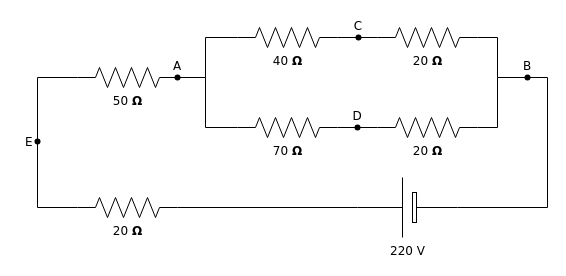
Above: Başlıksız Diyagram.drawio in mmuurraatt/Graduation-Project (draw.io), before the change. Source tidied: cells renumbered, new cells numbered last; positions are measured from the earlier drawing's top-left corner, leaving out a move shared by most shapes. Both pictures are drawn from the tidied source at 100%, with x=0, y=0 at pixel (17, 17).
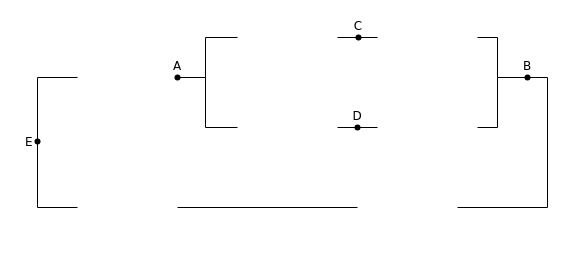
Above is the later version.

The change refers to these unchanged cells:
```xml
<mxCell id="18" value="B" style="shape=waypoint;sketch=0;fillStyle=solid;size=6;points=[];fillColor=none;perimeter=centerPerimeter;snapToPoint=1;verticalAlign=top;spacingBottom=0;spacingTop=-5;fontFamily=Verdana;fontSize=12;" parent="1" vertex="1">
  <mxGeometry x="490" y="40" width="40" height="40" as="geometry" />
</mxCell>
<mxCell id="19" value="C" style="shape=waypoint;sketch=0;fillStyle=solid;size=6;points=[];fillColor=none;perimeter=centerPerimeter;snapToPoint=1;verticalAlign=top;spacingBottom=0;spacingTop=-5;fontFamily=Verdana;fontSize=12;" parent="1" vertex="1">
  <mxGeometry x="321" width="40" height="40" as="geometry" />
</mxCell>
<mxCell id="21" value="A" style="shape=waypoint;sketch=0;fillStyle=solid;size=6;points=[];fillColor=none;perimeter=centerPerimeter;snapToPoint=1;verticalAlign=top;spacingBottom=0;spacingTop=-5;fontFamily=Verdana;fontSize=12;" parent="1" vertex="1">
  <mxGeometry x="140" y="40" width="40" height="40" as="geometry" />
</mxCell>
<mxCell id="22" value="E" style="shape=waypoint;sketch=0;fillStyle=solid;size=6;points=[];fillColor=none;perimeter=centerPerimeter;snapToPoint=1;verticalAlign=middle;spacingBottom=0;spacingTop=0;fontFamily=Verdana;fontSize=12;labelPosition=center;verticalLabelPosition=middle;align=left;spacingRight=0;spacingLeft=6;" parent="1" vertex="1">
  <mxGeometry y="104" width="40" height="40" as="geometry" />
</mxCell>
<mxCell id="24" value="D" style="shape=waypoint;sketch=0;fillStyle=solid;size=6;points=[];fillColor=none;perimeter=centerPerimeter;snapToPoint=1;verticalAlign=top;spacingBottom=0;spacingTop=-5;fontFamily=Verdana;fontSize=12;" parent="1" vertex="1">
  <mxGeometry x="320" y="90" width="40" height="40" as="geometry" />
</mxCell>
```

Diff of the diagram source:
```diff
@@
-    <mxCell id="2" style="edgeStyle=orthogonalEdgeStyle;rounded=0;html=1;exitPerimeter=0;entryX=0;entryY=0.5;entryPerimeter=0;labelBackgroundColor=none;startArrow=none;startFill=0;startSize=5;endArrow=none;endFill=0;endSize=5;jettySize=auto;strokeWidth=1;fontFamily=Verdana;fontSize=12;" parent="1" edge="1" source="19" target="5">
-      <mxGeometry relative="1" as="geometry" />
+    <mxCell id="2" style="edgeStyle=orthogonalEdgeStyle;rounded=0;html=1;exitPerimeter=0;entryX=0;entryY=0.5;entryPerimeter=0;labelBackgroundColor=none;startArrow=none;startFill=0;startSize=5;endArrow=none;endFill=0;endSize=5;jettySize=auto;strokeWidth=1;fontFamily=Verdana;fontSize=12;" parent="1" edge="1" source="19">
+      <mxGeometry relative="1" as="geometry">
+        <mxPoint x="360" y="20" as="targetPoint" />
+      </mxGeometry>
     </mxCell>
-    <mxCell id="3" value="40&amp;nbsp;&lt;b&gt;Ω&lt;/b&gt;" style="verticalLabelPosition=bottom;shadow=0;dashed=0;align=center;html=1;verticalAlign=top;strokeWidth=1;shape=mxgraph.electrical.resistors.resistor_2;rounded=1;comic=0;labelBackgroundColor=none;fontFamily=Verdana;fontSize=12;" parent="1" vertex="1">
-      <mxGeometry x="220" y="10" width="100" height="20" as="geometry" />
-    </mxCell>
-    <mxCell id="4" style="edgeStyle=orthogonalEdgeStyle;rounded=0;html=1;exitX=1;exitY=0.5;exitPerimeter=0;labelBackgroundColor=none;startArrow=none;startFill=0;startSize=5;endArrow=none;endFill=0;endSize=5;jettySize=auto;strokeWidth=1;fontFamily=Verdana;fontSize=12;" parent="1" edge="1" source="5" target="18">
+    <mxCell id="4" style="edgeStyle=orthogonalEdgeStyle;rounded=0;html=1;exitX=1;exitY=0.5;exitPerimeter=0;labelBackgroundColor=none;startArrow=none;startFill=0;startSize=5;endArrow=none;endFill=0;endSize=5;jettySize=auto;strokeWidth=1;fontFamily=Verdana;fontSize=12;" parent="1" edge="1" target="18">
       <mxGeometry relative="1" as="geometry">
+        <mxPoint x="460" y="20" as="sourcePoint" />
         <Array as="points">
           <mxPoint x="480" y="20" />
           <mxPoint x="480" y="60" />
         </Array>
       </mxGeometry>
     </mxCell>
-    <mxCell id="5" value="20&amp;nbsp;&lt;b&gt;Ω&lt;/b&gt;" style="verticalLabelPosition=bottom;shadow=0;dashed=0;align=center;html=1;verticalAlign=top;strokeWidth=1;shape=mxgraph.electrical.resistors.resistor_2;rounded=1;comic=0;labelBackgroundColor=none;fontFamily=Verdana;fontSize=12;" parent="1" vertex="1">
-      <mxGeometry x="360" y="10" width="100" height="20" as="geometry" />
-    </mxCell>
-    <mxCell id="6" style="edgeStyle=orthogonalEdgeStyle;rounded=0;html=1;exitX=1;exitY=0.5;exitPerimeter=0;labelBackgroundColor=none;startArrow=none;startFill=0;startSize=5;endArrow=none;endFill=0;endSize=5;jettySize=auto;strokeWidth=1;fontFamily=Verdana;fontSize=12;" parent="1" edge="1" source="7" target="24">
-      <mxGeometry relative="1" as="geometry" />
+    <mxCell id="6" style="edgeStyle=orthogonalEdgeStyle;rounded=0;html=1;exitX=1;exitY=0.5;exitPerimeter=0;labelBackgroundColor=none;startArrow=none;startFill=0;startSize=5;endArrow=none;endFill=0;endSize=5;jettySize=auto;strokeWidth=1;fontFamily=Verdana;fontSize=12;" parent="1" edge="1" target="24">
+      <mxGeometry relative="1" as="geometry">
+        <mxPoint x="320" y="110" as="sourcePoint" />
+      </mxGeometry>
     </mxCell>
-    <mxCell id="7" value="70&amp;nbsp;&lt;b&gt;Ω&lt;/b&gt;" style="verticalLabelPosition=bottom;shadow=0;dashed=0;align=center;html=1;verticalAlign=top;strokeWidth=1;shape=mxgraph.electrical.resistors.resistor_2;rounded=1;comic=0;labelBackgroundColor=none;fontFamily=Verdana;fontSize=12;" parent="1" vertex="1">
-      <mxGeometry x="220" y="100" width="100" height="20" as="geometry" />
-    </mxCell>
-    <mxCell id="8" style="edgeStyle=orthogonalEdgeStyle;rounded=0;html=1;exitX=1;exitY=0.5;exitPerimeter=0;labelBackgroundColor=none;startArrow=none;startFill=0;startSize=5;endArrow=none;endFill=0;endSize=5;jettySize=auto;strokeWidth=1;fontFamily=Verdana;fontSize=12;" parent="1" edge="1" source="9" target="18">
+    <mxCell id="8" style="edgeStyle=orthogonalEdgeStyle;rounded=0;html=1;exitX=1;exitY=0.5;exitPerimeter=0;labelBackgroundColor=none;startArrow=none;startFill=0;startSize=5;endArrow=none;endFill=0;endSize=5;jettySize=auto;strokeWidth=1;fontFamily=Verdana;fontSize=12;" parent="1" edge="1" target="18">
       <mxGeometry relative="1" as="geometry">
+        <mxPoint x="460" y="110" as="sourcePoint" />
         <Array as="points">
           <mxPoint x="480" y="110" />
           <mxPoint x="480" y="60" />
         </Array>
       </mxGeometry>
     </mxCell>
-    <mxCell id="9" value="20&amp;nbsp;&lt;b&gt;Ω&lt;/b&gt;" style="verticalLabelPosition=bottom;shadow=0;dashed=0;align=center;html=1;verticalAlign=top;strokeWidth=1;shape=mxgraph.electrical.resistors.resistor_2;rounded=1;comic=0;labelBackgroundColor=none;fontFamily=Verdana;fontSize=12;" parent="1" vertex="1">
-      <mxGeometry x="360" y="100" width="100" height="20" as="geometry" />
-    </mxCell>
-    <mxCell id="10" style="edgeStyle=orthogonalEdgeStyle;rounded=0;html=1;entryX=0;entryY=0.5;entryPerimeter=0;labelBackgroundColor=none;startArrow=none;startFill=0;startSize=5;endArrow=none;endFill=0;endSize=5;jettySize=auto;strokeWidth=1;fontFamily=Verdana;fontSize=12;" parent="1" edge="1" source="21" target="3">
+    <mxCell id="10" style="edgeStyle=orthogonalEdgeStyle;rounded=0;html=1;entryX=0;entryY=0.5;entryPerimeter=0;labelBackgroundColor=none;startArrow=none;startFill=0;startSize=5;endArrow=none;endFill=0;endSize=5;jettySize=auto;strokeWidth=1;fontFamily=Verdana;fontSize=12;" parent="1" edge="1" source="21">
       <mxGeometry relative="1" as="geometry">
+        <mxPoint x="220" y="20" as="targetPoint" />
         <Array as="points">
           <mxPoint x="188" y="60" />
           <mxPoint x="188" y="20" />
         </Array>
       </mxGeometry>
     </mxCell>
-    <mxCell id="11" style="edgeStyle=orthogonalEdgeStyle;rounded=0;html=1;entryX=0;entryY=0.5;entryPerimeter=0;labelBackgroundColor=none;startArrow=none;startFill=0;startSize=5;endArrow=none;endFill=0;endSize=5;jettySize=auto;strokeWidth=1;fontFamily=Verdana;fontSize=12;" parent="1" edge="1" source="21" target="7">
+    <mxCell id="11" style="edgeStyle=orthogonalEdgeStyle;rounded=0;html=1;entryX=0;entryY=0.5;entryPerimeter=0;labelBackgroundColor=none;startArrow=none;startFill=0;startSize=5;endArrow=none;endFill=0;endSize=5;jettySize=auto;strokeWidth=1;fontFamily=Verdana;fontSize=12;" parent="1" edge="1" source="21">
       <mxGeometry relative="1" as="geometry">
+        <mxPoint x="220" y="110" as="targetPoint" />
         <Array as="points">
           <mxPoint x="188" y="60" />
           <mxPoint x="188" y="110" />
         </Array>
       </mxGeometry>
     </mxCell>
-    <mxCell id="12" value="50&amp;nbsp;&lt;b&gt;Ω&lt;/b&gt;" style="verticalLabelPosition=bottom;shadow=0;dashed=0;align=center;html=1;verticalAlign=top;strokeWidth=1;shape=mxgraph.electrical.resistors.resistor_2;rounded=1;comic=0;labelBackgroundColor=none;fontFamily=Verdana;fontSize=12;" parent="1" vertex="1">
-      <mxGeometry x="60" y="50" width="100" height="20" as="geometry" />
-    </mxCell>
-    <mxCell id="13" style="edgeStyle=orthogonalEdgeStyle;rounded=0;html=1;exitX=0;exitY=0.5;exitPerimeter=0;labelBackgroundColor=none;startArrow=none;startFill=0;startSize=5;endArrow=none;endFill=0;endSize=5;jettySize=auto;strokeWidth=1;fontFamily=Verdana;fontSize=12;" parent="1" edge="1" source="14" target="22">
+    <mxCell id="13" style="edgeStyle=orthogonalEdgeStyle;rounded=0;html=1;exitX=0;exitY=0.5;exitPerimeter=0;labelBackgroundColor=none;startArrow=none;startFill=0;startSize=5;endArrow=none;endFill=0;endSize=5;jettySize=auto;strokeWidth=1;fontFamily=Verdana;fontSize=12;" parent="1" edge="1" target="22">
       <mxGeometry relative="1" as="geometry">
+        <mxPoint x="60" y="190" as="sourcePoint" />
         <Array as="points">
           <mxPoint x="20" y="190" />
         </Array>
       </mxGeometry>
     </mxCell>
-    <mxCell id="14" value="20&amp;nbsp;&lt;b&gt;Ω&lt;/b&gt;" style="verticalLabelPosition=bottom;shadow=0;dashed=0;align=center;html=1;verticalAlign=top;strokeWidth=1;shape=mxgraph.electrical.resistors.resistor_2;rounded=1;comic=0;labelBackgroundColor=none;fontFamily=Verdana;fontSize=12;" parent="1" vertex="1">
-      <mxGeometry x="60" y="180" width="100" height="20" as="geometry" />
-    </mxCell>
-    <mxCell id="15" style="edgeStyle=orthogonalEdgeStyle;rounded=0;html=1;exitX=1;exitY=0.5;exitPerimeter=0;entryX=1;entryY=0.5;entryPerimeter=0;labelBackgroundColor=none;startArrow=none;startFill=0;startSize=5;endArrow=none;endFill=0;endSize=5;jettySize=auto;strokeWidth=1;fontFamily=Verdana;fontSize=12;" parent="1" edge="1" source="17" target="14">
-      <mxGeometry relative="1" as="geometry" />
+    <mxCell id="15" style="edgeStyle=orthogonalEdgeStyle;rounded=0;html=1;exitX=1;exitY=0.5;exitPerimeter=0;entryX=1;entryY=0.5;entryPerimeter=0;labelBackgroundColor=none;startArrow=none;startFill=0;startSize=5;endArrow=none;endFill=0;endSize=5;jettySize=auto;orthogonalLoop=1;strokeWidth=1;fontFamily=Verdana;fontSize=12;" parent="1" edge="1">
+      <mxGeometry relative="1" as="geometry">
+        <mxPoint x="340" y="190" as="sourcePoint" />
+        <mxPoint x="160" y="190" as="targetPoint" />
+      </mxGeometry>
     </mxCell>
-    <mxCell id="16" style="edgeStyle=orthogonalEdgeStyle;rounded=0;html=1;exitX=0;exitY=0.5;exitPerimeter=0;labelBackgroundColor=none;startArrow=none;startFill=0;startSize=5;endArrow=none;endFill=0;endSize=5;jettySize=auto;strokeWidth=1;fontFamily=Verdana;fontSize=12;" parent="1" edge="1" source="17" target="18">
+    <mxCell id="16" style="edgeStyle=orthogonalEdgeStyle;rounded=0;html=1;exitX=0;exitY=0.5;exitPerimeter=0;labelBackgroundColor=none;startArrow=none;startFill=0;startSize=5;endArrow=none;endFill=0;endSize=5;jettySize=auto;strokeWidth=1;fontFamily=Verdana;fontSize=12;" parent="1" edge="1" target="18">
       <mxGeometry relative="1" as="geometry">
+        <mxPoint x="440" y="190" as="sourcePoint" />
         <Array as="points">
           <mxPoint x="530" y="190" />
           <mxPoint x="530" y="60" />
         </Array>
       </mxGeometry>
     </mxCell>
-    <mxCell id="17" value="220 V" style="verticalLabelPosition=bottom;shadow=0;dashed=0;align=center;fillColor=default;html=1;verticalAlign=top;strokeWidth=1;shape=mxgraph.electrical.miscellaneous.monocell_battery;rounded=1;comic=0;labelBackgroundColor=none;fontFamily=Verdana;fontSize=12;flipH=1;" parent="1" vertex="1">
-      <mxGeometry x="340" y="160" width="100" height="60" as="geometry" />
-    </mxCell>
@@
-    <mxCell id="20" style="edgeStyle=orthogonalEdgeStyle;rounded=0;html=1;exitX=1;exitY=0.5;exitPerimeter=0;entryPerimeter=0;labelBackgroundColor=none;startArrow=none;startFill=0;startSize=5;endArrow=none;endFill=0;endSize=5;jettySize=auto;strokeWidth=1;fontFamily=Verdana;fontSize=12;" parent="1" edge="1" source="3" target="19">
-      <mxGeometry relative="1" as="geometry" />
+    <mxCell id="20" style="edgeStyle=orthogonalEdgeStyle;rounded=0;html=1;exitX=1;exitY=0.5;exitPerimeter=0;entryPerimeter=0;labelBackgroundColor=none;startArrow=none;startFill=0;startSize=5;endArrow=none;endFill=0;endSize=5;jettySize=auto;strokeWidth=1;fontFamily=Verdana;fontSize=12;" parent="1" edge="1" target="19">
+      <mxGeometry relative="1" as="geometry">
+        <mxPoint x="320" y="20" as="sourcePoint" />
+      </mxGeometry>
     </mxCell>
@@
-    <mxCell id="23" style="edgeStyle=orthogonalEdgeStyle;rounded=0;html=1;labelBackgroundColor=none;startArrow=none;startFill=0;startSize=5;endArrow=none;endFill=0;endSize=5;jettySize=auto;strokeWidth=1;fontFamily=Verdana;fontSize=12;entryX=0;entryY=0.5;entryDx=0;entryDy=0;entryPerimeter=0;" parent="1" edge="1" source="22" target="12">
+    <mxCell id="23" style="edgeStyle=orthogonalEdgeStyle;rounded=0;html=1;labelBackgroundColor=none;startArrow=none;startFill=0;startSize=5;endArrow=none;endFill=0;endSize=5;jettySize=auto;strokeWidth=1;fontFamily=Verdana;fontSize=12;entryX=0;entryY=0.5;entryDx=0;entryDy=0;entryPerimeter=0;" parent="1" edge="1" source="22">
       <mxGeometry relative="1" as="geometry">
+        <mxPoint x="60" y="60" as="targetPoint" />
         <Array as="points">
           <mxPoint x="20" y="60" />
         </Array>
       </mxGeometry>
     </mxCell>
@@
-    <mxCell id="25" style="edgeStyle=orthogonalEdgeStyle;rounded=0;html=1;labelBackgroundColor=none;startArrow=none;startFill=0;startSize=5;endArrow=none;endFill=0;endSize=5;jettySize=auto;strokeWidth=1;fontFamily=Verdana;fontSize=12;entryX=0;entryY=0.5;entryDx=0;entryDy=0;entryPerimeter=0;" parent="1" edge="1" source="24" target="9">
-      <mxGeometry relative="1" as="geometry" />
+    <mxCell id="25" style="edgeStyle=orthogonalEdgeStyle;rounded=0;html=1;labelBackgroundColor=none;startArrow=none;startFill=0;startSize=5;endArrow=none;endFill=0;endSize=5;jettySize=auto;strokeWidth=1;fontFamily=Verdana;fontSize=12;entryX=0;entryY=0.5;entryDx=0;entryDy=0;entryPerimeter=0;" parent="1" edge="1" source="24">
+      <mxGeometry relative="1" as="geometry">
+        <mxPoint x="360" y="110" as="targetPoint" />
+      </mxGeometry>
     </mxCell>
```
